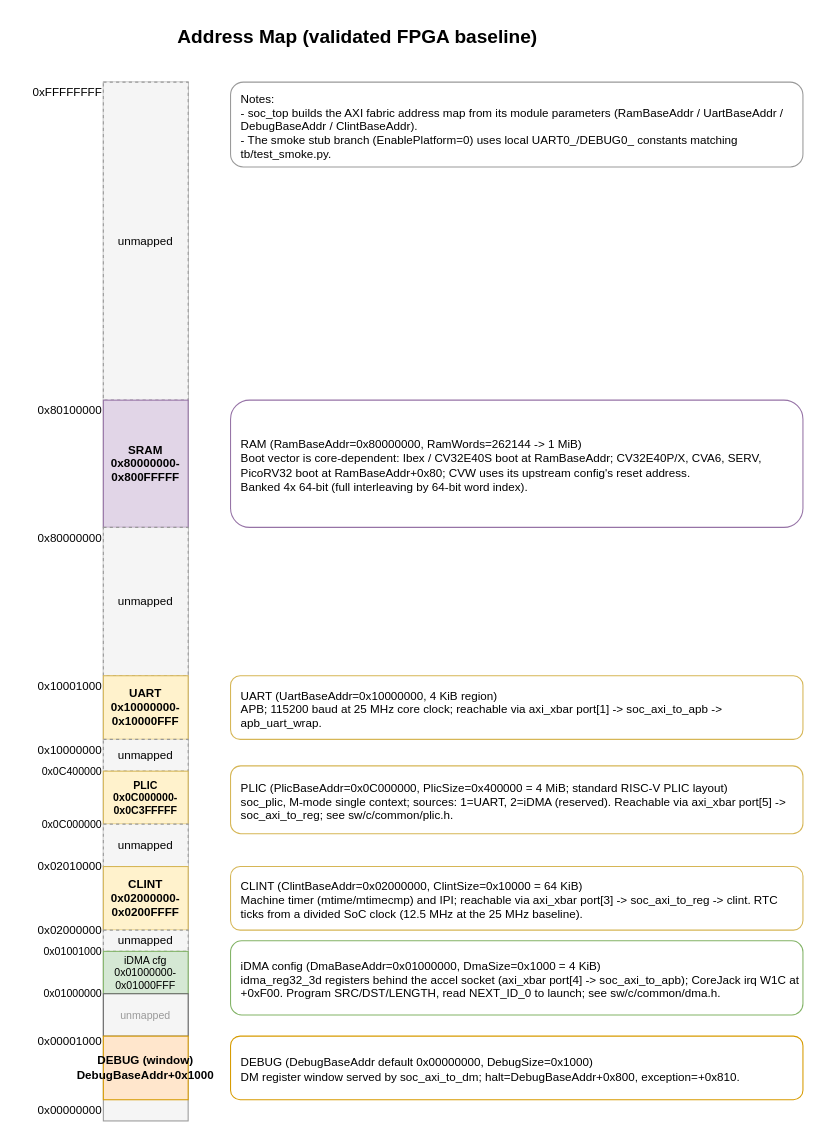
The draw.io diagram page "Memory Map" (6 of 8) of docs/source/media/corejack_soc.drawio in patrickerich/corejack, before the edit. Source tidied: cells renumbered, new cells numbered last; positions are measured from the earlier drawing's top-left corner, leaving out a move shared by most shapes. Both pictures are drawn from the tidied source at 106%, with x=0, y=0 at pixel (18, 18).
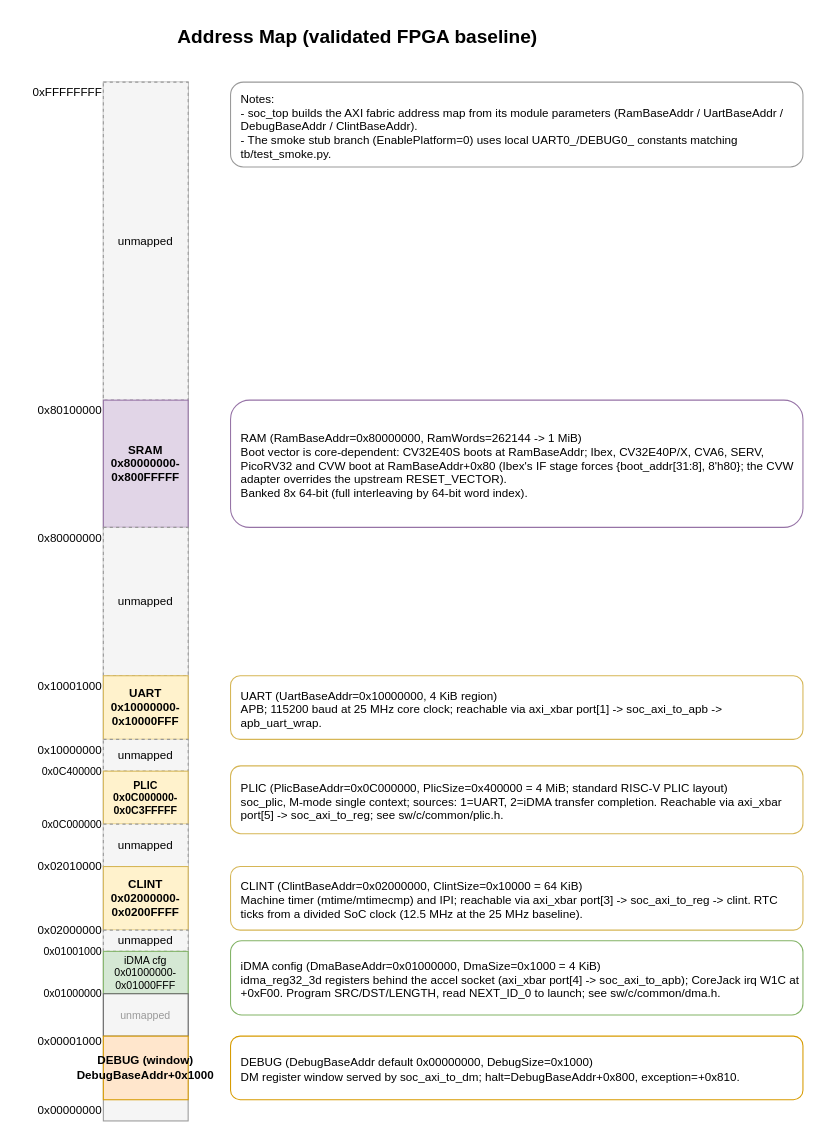
Above is the later version.

Change to the diagram source:
```diff
@@
-    <mxCell id="20" value="PLIC (PlicBaseAddr=0x0C000000, PlicSize=0x400000 = 4 MiB; standard RISC-V PLIC layout)&#10;soc_plic, M-mode single context; sources: 1=UART, 2=iDMA (reserved). Reachable via axi_xbar port[5] -&gt; soc_axi_to_reg; see sw/c/common/plic.h." style="rounded=1;whiteSpace=wrap;html=1;fillColor=#FFFFFF;strokeColor=#d6b656;fontSize=11;align=left;spacingLeft=8;spacingTop=4;" parent="1" vertex="1">
+    <mxCell id="20" value="PLIC (PlicBaseAddr=0x0C000000, PlicSize=0x400000 = 4 MiB; standard RISC-V PLIC layout)&#10;soc_plic, M-mode single context; sources: 1=UART, 2=iDMA transfer completion. Reachable via axi_xbar port[5] -&gt; soc_axi_to_reg; see sw/c/common/plic.h." style="rounded=1;whiteSpace=wrap;html=1;fillColor=#FFFFFF;strokeColor=#d6b656;fontSize=11;align=left;spacingLeft=8;spacingTop=4;" parent="1" vertex="1">
       <mxGeometry x="200" y="705" width="540" height="64" as="geometry" />
     </mxCell>
@@
-    <mxCell id="32" value="RAM (RamBaseAddr=0x80000000, RamWords=262144 -&gt; 1 MiB)&#10;Boot vector is core-dependent: Ibex / CV32E40S boot at RamBaseAddr; CV32E40P/X, CVA6, SERV, PicoRV32 boot at RamBaseAddr+0x80; CVW uses its upstream config's reset address.&#10;Banked 4x 64-bit (full interleaving by 64-bit word index)." style="rounded=1;whiteSpace=wrap;html=1;fillColor=#FFFFFF;strokeColor=#9673a6;fontSize=11;align=left;spacingLeft=8;spacingTop=4;" parent="1" vertex="1">
+    <mxCell id="32" value="RAM (RamBaseAddr=0x80000000, RamWords=262144 -&gt; 1 MiB)&#10;Boot vector is core-dependent: CV32E40S boots at RamBaseAddr; Ibex, CV32E40P/X, CVA6, SERV, PicoRV32 and CVW boot at RamBaseAddr+0x80 (Ibex's IF stage forces {boot_addr[31:8], 8'h80}; the CVW adapter overrides the upstream RESET_VECTOR).&#10;Banked 8x 64-bit (full interleaving by 64-bit word index)." style="rounded=1;whiteSpace=wrap;html=1;fillColor=#FFFFFF;strokeColor=#9673a6;fontSize=11;align=left;spacingLeft=8;spacingTop=4;" parent="1" vertex="1">
       <mxGeometry x="200" y="360" width="540" height="120" as="geometry" />
     </mxCell>
```
